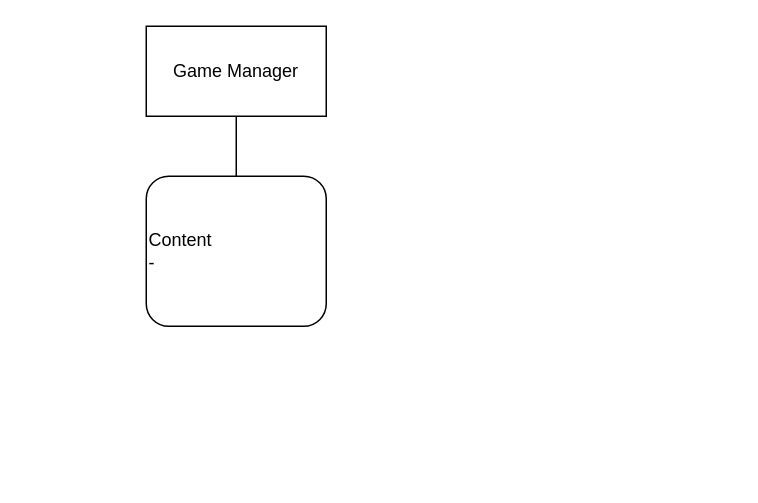
Earlier version of the draw.io diagram Untitled Diagram.drawio (critschris/Attempt-at-Hollow-knight). Source tidied: cells renumbered, new cells numbered last; positions are measured from the earlier drawing's top-left corner, leaving out a move shared by most shapes. Both pictures are drawn from the tidied source at 150%, with x=0, y=0 at pixel (146, 26).
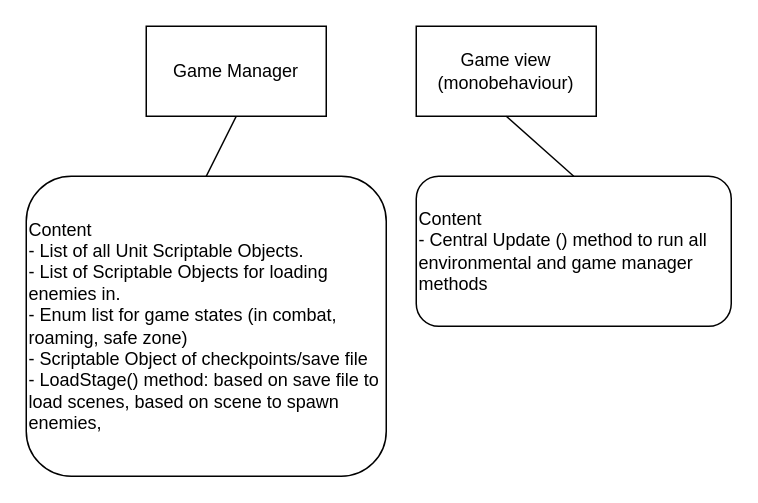
Above is the later version.

What changed in the source:
```diff
@@
 <mxGraphModel>
   <root>
     <mxCell id="0" />
     <mxCell id="1" parent="0" />
     <mxCell id="2" value="Game Manager" style="rounded=0;whiteSpace=wrap;html=1;" parent="1" vertex="1">
       <mxGeometry width="120" height="60" as="geometry" />
     </mxCell>
-    <mxCell id="3" value="Content&lt;div&gt;-&amp;nbsp;&lt;/div&gt;" style="rounded=1;whiteSpace=wrap;html=1;align=left;" parent="1" vertex="1">
-      <mxGeometry y="100" width="120" height="100" as="geometry" />
+    <mxCell id="3" value="Content&lt;div&gt;- List of all Unit Scriptable Objects.&lt;/div&gt;&lt;div&gt;- List of Scriptable Objects for loading enemies in.&lt;/div&gt;&lt;div&gt;- Enum list for game states (in combat, roaming, safe zone)&lt;/div&gt;&lt;div&gt;- Scriptable Object of checkpoints/save file&lt;/div&gt;&lt;div&gt;- LoadStage() method: based on save file to load scenes, based on scene to spawn enemies,&amp;nbsp;&lt;/div&gt;" style="rounded=1;whiteSpace=wrap;html=1;align=left;" parent="1" vertex="1">
+      <mxGeometry x="-80" y="100" width="240" height="200" as="geometry" />
     </mxCell>
     <mxCell id="4" style="endArrow=none;html=1;rounded=0;exitX=0.5;exitY=0;exitDx=0;exitDy=0;entryX=0.5;entryY=1;entryDx=0;entryDy=0;" parent="1" edge="1" source="3" target="2">
       <mxGeometry relative="1" as="geometry" />
     </mxCell>
+    <mxCell id="5" value="Game view (monobehaviour)" style="rounded=0;whiteSpace=wrap;html=1;" parent="1" vertex="1">
+      <mxGeometry x="180" width="120" height="60" as="geometry" />
+    </mxCell>
+    <mxCell id="6" value="Content&lt;div&gt;- Central Update () method to run all environmental and game manager methods&lt;/div&gt;" style="rounded=1;whiteSpace=wrap;html=1;align=left;" parent="1" vertex="1">
+      <mxGeometry x="180" y="100" width="210" height="100" as="geometry" />
+    </mxCell>
+    <mxCell id="7" style="endArrow=none;html=1;rounded=0;exitX=0.5;exitY=1;exitDx=0;exitDy=0;entryX=0.5;entryY=0;entryDx=0;entryDy=0;" parent="1" edge="1" source="5" target="6">
+      <mxGeometry relative="1" as="geometry" />
+    </mxCell>
   </root>
 </mxGraphModel>
```
